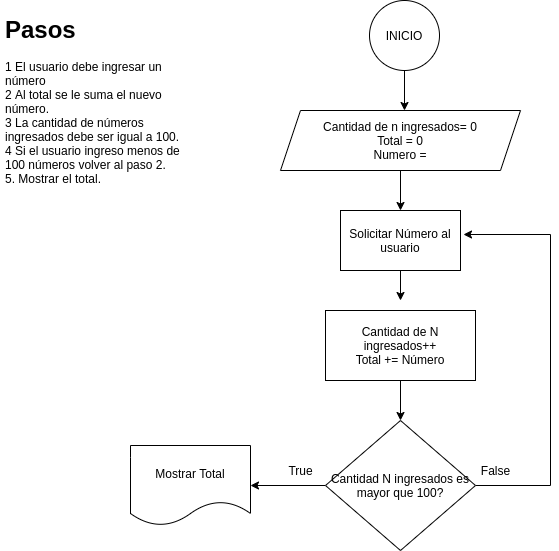
Before: SumatoriA.png, a diagram exported from draw.io (CBMaio/0-100-JS). Source tidied: cells renumbered, new cells last; positions are measured from the earlier drawing's top-left corner, leaving out a move shared by most shapes.
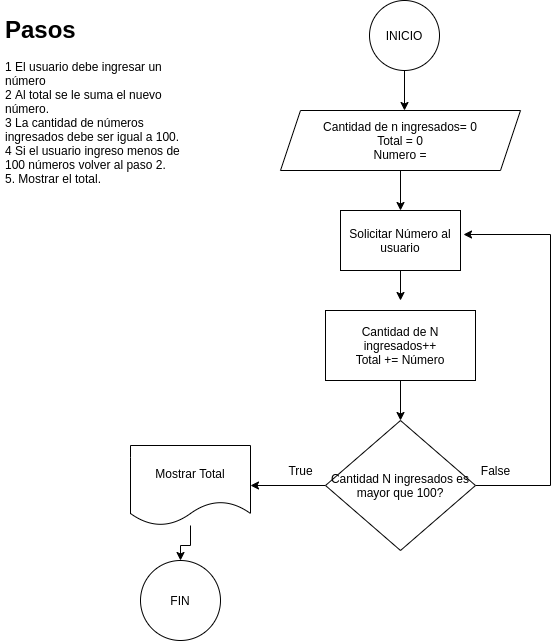
The same diagram one commit later.

Commit message:
ADD End Circle in sumatoriA challenge

Change to the diagram source:
```diff
@@ -47,6 +47,9 @@
     <mxCell id="13" value="Cantidad N ingresados es mayor que 100?" style="rhombus;whiteSpace=wrap;html=1;" parent="1" vertex="1">
       <mxGeometry x="325" y="420" width="150" height="130" as="geometry" />
     </mxCell>
+    <mxCell id="17" style="edgeStyle=orthogonalEdgeStyle;rounded=0;jettySize=auto;html=1;" parent="1" edge="1" source="14" target="18">
+      <mxGeometry relative="1" as="geometry" />
+    </mxCell>
     <mxCell id="14" value="Mostrar Total" style="shape=document;whiteSpace=wrap;html=1;boundedLbl=1;" parent="1" vertex="1">
       <mxGeometry x="130" y="445" width="120" height="80" as="geometry" />
     </mxCell>
@@ -56,5 +59,8 @@
     <mxCell id="16" value="False" style="text;html=1;align=center;verticalAlign=middle;" parent="1" vertex="1">
       <mxGeometry x="475" y="460" width="40" height="20" as="geometry" />
     </mxCell>
+    <mxCell id="18" value="FIN" style="ellipse;whiteSpace=wrap;html=1;" parent="1" vertex="1">
+      <mxGeometry x="140" y="560" width="80" height="80" as="geometry" />
+    </mxCell>
   </root>
 </mxGraphModel>
```
